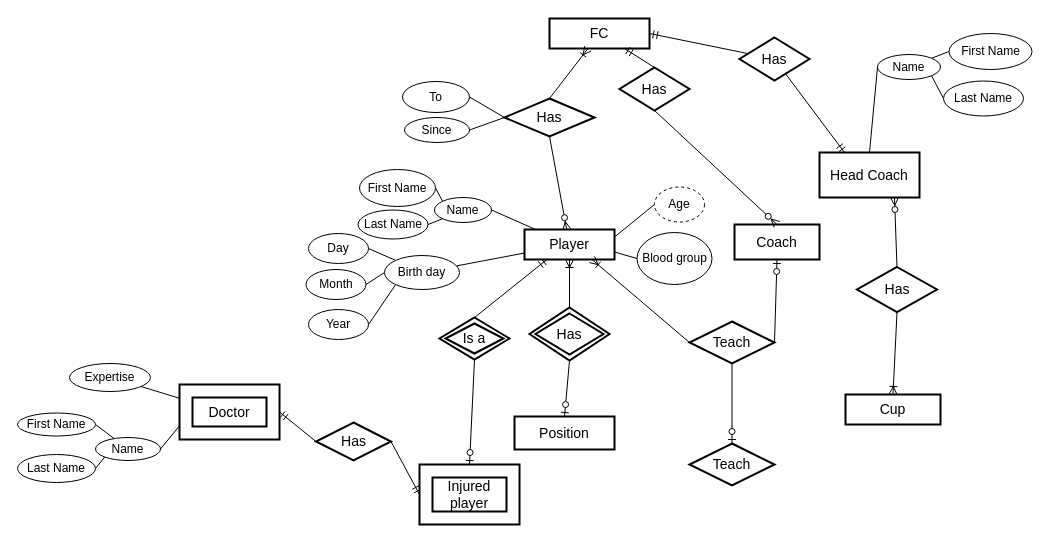
ali4heydari/AP_19 keeps this draw.io diagram as ER-Assignment.drawio. Above is the earlier version. Source tidied: cells renumbered, new cells numbered last; positions are measured from the earlier drawing's top-left corner, leaving out a move shared by most shapes. Both pictures are drawn from the tidied source at 100%, with x=0, y=0 at pixel (17, 18).
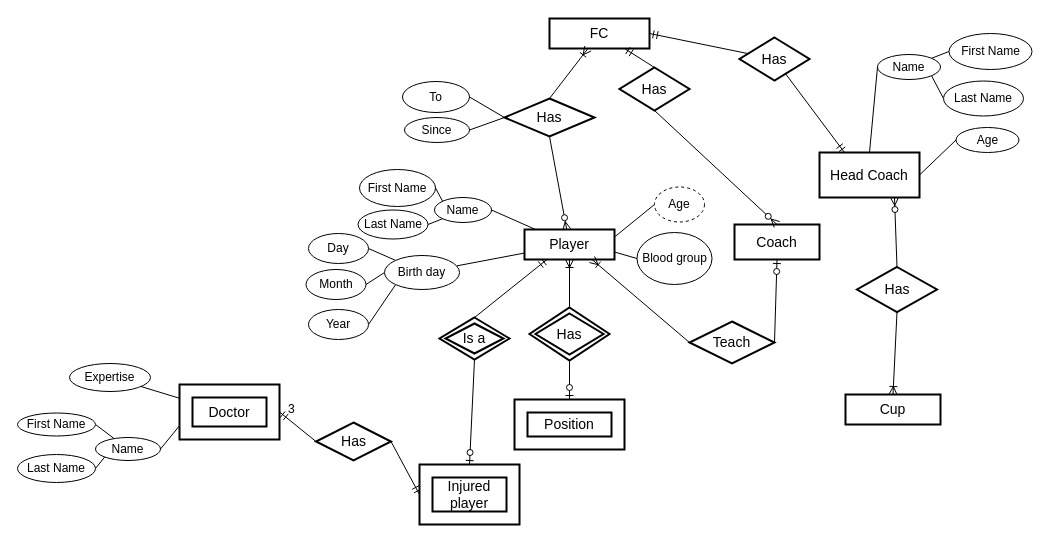
After the change.

The change refers to these unchanged cells:
```xml
<mxCell id="28" value="Head Coach" style="strokeWidth=2;whiteSpace=wrap;html=1;align=center;fontSize=14;" parent="1" vertex="1">
  <mxGeometry x="802" y="134" width="100" height="45" as="geometry" />
</mxCell>
<mxCell id="35" value="Teach" style="shape=rhombus;strokeWidth=2;fontSize=17;perimeter=rhombusPerimeter;whiteSpace=wrap;html=1;align=center;fontSize=14;" parent="1" vertex="1">
  <mxGeometry x="672" y="303" width="85" height="42" as="geometry" />
</mxCell>
```

What changed in the source:
```diff
@@
-    <mxCell id="34" style="edgeStyle=none;rounded=0;jettySize=auto;html=1;endArrow=ERzeroToOne;endFill=1;strokeColor=#000000;" parent="1" edge="1" source="35" target="36">
-      <mxGeometry relative="1" as="geometry" />
-    </mxCell>
@@
-    <mxCell id="36" value="Teach" style="shape=rhombus;strokeWidth=2;fontSize=17;perimeter=rhombusPerimeter;whiteSpace=wrap;html=1;align=center;fontSize=14;" parent="1" vertex="1">
-      <mxGeometry x="672" y="425" width="85" height="42" as="geometry" />
-    </mxCell>
@@
+    <mxCell id="71" value="Doctor&lt;br&gt;" style="shape=ext;strokeWidth=2;margin=10;double=1;whiteSpace=wrap;html=1;align=center;fontSize=14;" parent="1" vertex="1">
+      <mxGeometry x="162" y="366" width="100" height="55" as="geometry" />
+    </mxCell>
-    <mxCell id="70" value="Position&lt;br&gt;" style="strokeWidth=2;whiteSpace=wrap;html=1;align=center;fontSize=14;" parent="1" vertex="1">
-      <mxGeometry x="497" y="398" width="100" height="33" as="geometry" />
+    <mxCell id="70" value="Position" style="shape=ext;strokeWidth=2;margin=10;double=1;whiteSpace=wrap;html=1;align=center;fontSize=14;" parent="1" vertex="1">
+      <mxGeometry x="497" y="381" width="110" height="50" as="geometry" />
     </mxCell>
-    <mxCell id="71" value="Doctor&lt;br&gt;" style="shape=ext;strokeWidth=2;margin=10;double=1;whiteSpace=wrap;html=1;align=center;fontSize=14;" parent="1" vertex="1">
-      <mxGeometry x="162" y="366" width="100" height="55" as="geometry" />
-    </mxCell>
+    <mxCell id="72" value="3" style="text;html=1;align=left;verticalAlign=top;spacingTop=-4;" parent="1" vertex="1">
+      <mxGeometry x="268.5" y="381" width="20" height="20" as="geometry" />
+    </mxCell>
+    <mxCell id="73" style="rounded=0;jettySize=auto;html=1;entryX=0;entryY=0.5;entryDx=0;entryDy=0;endArrow=none;endFill=0;exitX=1;exitY=0.5;exitDx=0;exitDy=0;" parent="1" edge="1" source="28" target="74">
+      <mxGeometry relative="1" as="geometry" />
+    </mxCell>
+    <mxCell id="74" value="Age" style="ellipse;whiteSpace=wrap;html=1;" parent="1" vertex="1">
+      <mxGeometry x="938.5" y="109" width="63" height="25" as="geometry" />
+    </mxCell>
```
